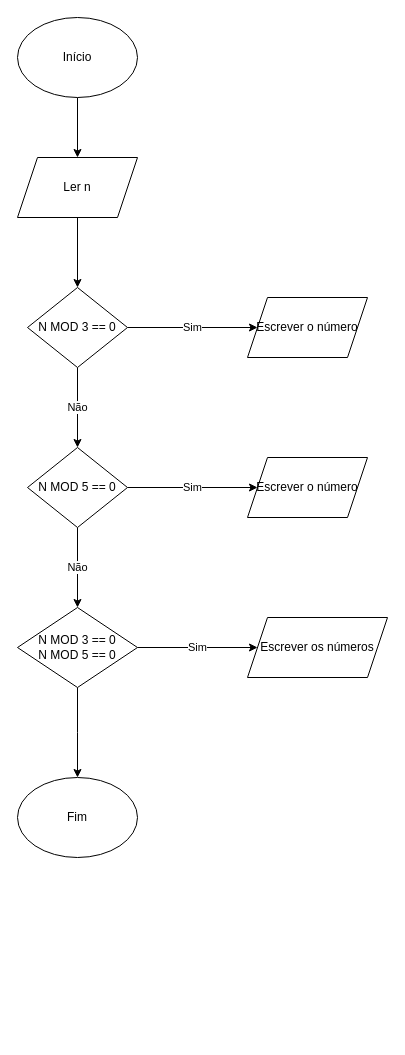
This is multiplo3e5.drawio from Wesdolu/10programa-o, a draw.io file, before an edit. Source tidied: cells renumbered, new cells numbered last; positions are measured from the earlier drawing's top-left corner, leaving out a move shared by most shapes. Both pictures are drawn from the tidied source at 100%, with x=0, y=0 at pixel (17, 17).
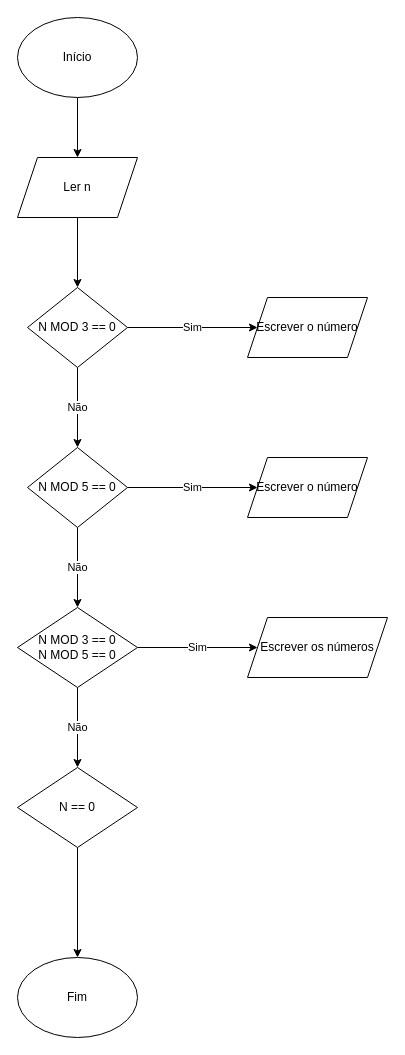
The same page after the edit.

The change refers to these unchanged cells:
```xml
<mxCell id="17" value="N MOD 3 == 0&lt;div&gt;&lt;div&gt;N MOD 5 == 0&lt;/div&gt;&lt;/div&gt;" style="rhombus;whiteSpace=wrap;html=1;" parent="1" vertex="1">
  <mxGeometry y="590" width="120" height="80" as="geometry" />
</mxCell>
```

What changed in the source:
```diff
@@
     <mxCell id="4" value="Fim" style="ellipse;whiteSpace=wrap;html=1;" parent="1" vertex="1">
-      <mxGeometry y="760" width="120" height="80" as="geometry" />
+      <mxGeometry y="940" width="120" height="80" as="geometry" />
     </mxCell>
@@
-    <mxCell id="16" style="edgeStyle=orthogonalEdgeStyle;rounded=0;jettySize=auto;html=1;" parent="1" edge="1" source="17">
-      <mxGeometry relative="1" as="geometry">
-        <mxPoint x="60" y="760" as="targetPoint" />
-      </mxGeometry>
-    </mxCell>
+    <mxCell id="19" value="Não" style="edgeStyle=orthogonalEdgeStyle;rounded=0;jettySize=auto;html=1;" parent="1" edge="1" source="17" target="21">
+      <mxGeometry relative="1" as="geometry" />
+    </mxCell>
@@
+    <mxCell id="20" style="edgeStyle=orthogonalEdgeStyle;rounded=0;jettySize=auto;html=1;" parent="1" edge="1" source="21" target="4">
+      <mxGeometry relative="1" as="geometry" />
+    </mxCell>
+    <mxCell id="21" value="N == 0" style="rhombus;whiteSpace=wrap;html=1;" parent="1" vertex="1">
+      <mxGeometry y="750" width="120" height="80" as="geometry" />
+    </mxCell>
```
